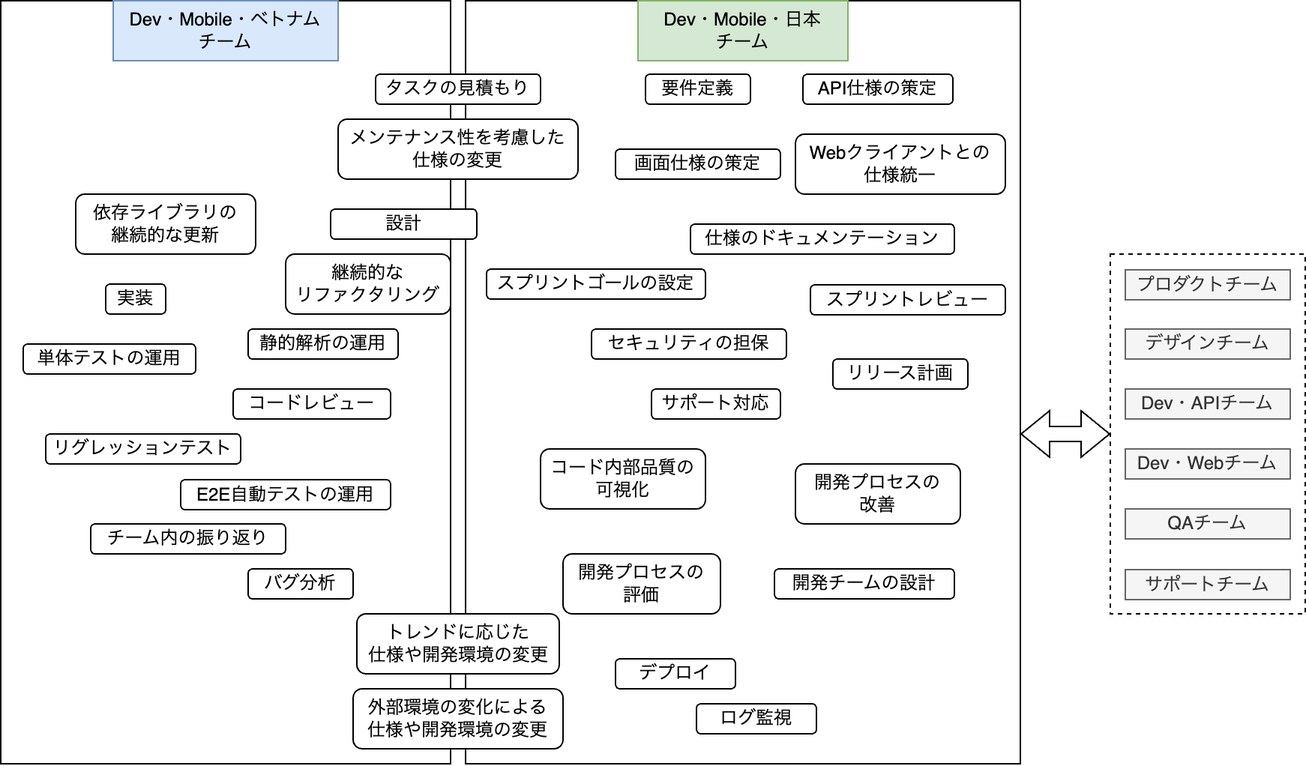
Earlier version of the draw.io export images/continuous-delivery-by-multinational-team/domain.png (shotaIDE/zenn). Source tidied: cells renumbered, new cells last; positions are measured from the earlier drawing's top-left corner, leaving out a move shared by most shapes.
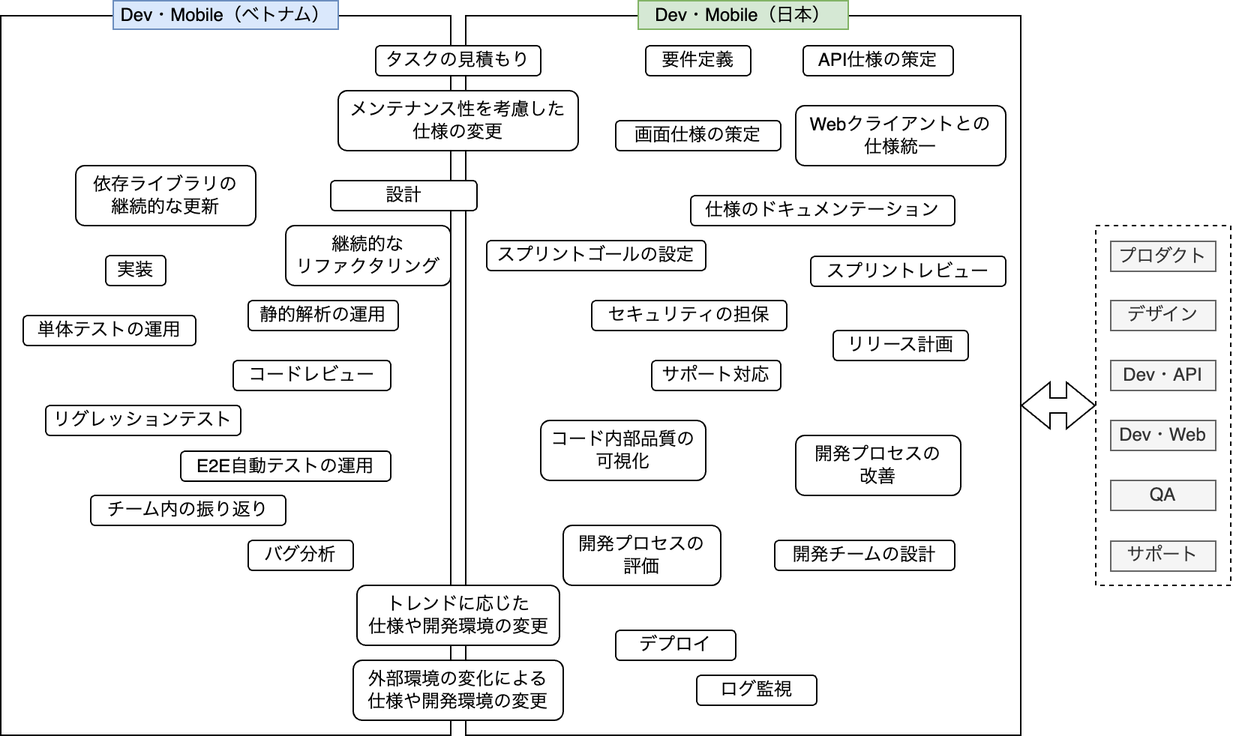
After the change.

The edit, as a diff of the source:
```diff
@@ -3,13 +3,13 @@
     <mxCell id="0" />
     <mxCell id="1" parent="0" />
     <mxCell id="2" style="rounded=0;whiteSpace=wrap;html=1;fillColor=none;dashed=1;" parent="1" vertex="1">
-      <mxGeometry x="740" y="169" width="130" height="240" as="geometry" />
+      <mxGeometry x="730" y="169" width="90" height="240" as="geometry" />
     </mxCell>
     <mxCell id="3" style="rounded=0;whiteSpace=wrap;html=1;fillColor=none;" parent="1" vertex="1">
-      <mxGeometry x="310" width="370" height="509" as="geometry" />
+      <mxGeometry x="310" y="29" width="370" height="480" as="geometry" />
     </mxCell>
     <mxCell id="4" style="rounded=0;whiteSpace=wrap;html=1;fillColor=none;" parent="1" vertex="1">
-      <mxGeometry width="300" height="509" as="geometry" />
+      <mxGeometry y="29" width="300" height="480" as="geometry" />
     </mxCell>
     <mxCell id="5" value="設計" style="rounded=1;whiteSpace=wrap;html=1;" parent="1" vertex="1">
       <mxGeometry x="220" y="139" width="97.5" height="20" as="geometry" />
@@ -95,11 +95,11 @@
     <mxCell id="32" value="外部環境の変化による&lt;br&gt;仕様や開発環境の変更" style="rounded=1;whiteSpace=wrap;html=1;" parent="1" vertex="1">
       <mxGeometry x="235" y="459" width="140" height="40" as="geometry" />
     </mxCell>
-    <mxCell id="33" value="Dev・Mobile・ベトナム&lt;br&gt;チーム" style="rounded=0;whiteSpace=wrap;html=1;fillColor=#dae8fc;strokeColor=#6c8ebf;" parent="1" vertex="1">
-      <mxGeometry x="75" width="150" height="40" as="geometry" />
+    <mxCell id="33" value="Dev・Mobile（ベトナム）" style="rounded=0;whiteSpace=wrap;html=1;fillColor=#dae8fc;strokeColor=#6c8ebf;" parent="1" vertex="1">
+      <mxGeometry x="75" y="19" width="150" height="19" as="geometry" />
     </mxCell>
-    <mxCell id="34" value="Dev・Mobile・日本&lt;br&gt;チーム" style="rounded=0;whiteSpace=wrap;html=1;fillColor=#d5e8d4;strokeColor=#82b366;" parent="1" vertex="1">
-      <mxGeometry x="425" width="140" height="40" as="geometry" />
+    <mxCell id="34" value="Dev・Mobile（日本）" style="rounded=0;whiteSpace=wrap;html=1;fillColor=#d5e8d4;strokeColor=#82b366;" parent="1" vertex="1">
+      <mxGeometry x="425" y="19" width="140" height="19" as="geometry" />
     </mxCell>
     <mxCell id="35" value="メンテナンス性を考慮した&lt;br&gt;仕様の変更" style="rounded=1;whiteSpace=wrap;html=1;" parent="1" vertex="1">
       <mxGeometry x="225" y="79" width="160" height="40" as="geometry" />
@@ -110,28 +110,28 @@
     <mxCell id="37" value="リリース計画" style="rounded=1;whiteSpace=wrap;html=1;" parent="1" vertex="1">
       <mxGeometry x="555" y="239" width="90" height="20" as="geometry" />
     </mxCell>
-    <mxCell id="38" value="プロダクトチーム" style="rounded=0;whiteSpace=wrap;html=1;fillColor=#f5f5f5;strokeColor=#666666;fontColor=#333333;" parent="1" vertex="1">
-      <mxGeometry x="750" y="179.5" width="110" height="20" as="geometry" />
+    <mxCell id="38" value="プロダクト" style="rounded=0;whiteSpace=wrap;html=1;fillColor=#f5f5f5;strokeColor=#666666;fontColor=#333333;" parent="1" vertex="1">
+      <mxGeometry x="740" y="179.5" width="70" height="20" as="geometry" />
     </mxCell>
-    <mxCell id="39" value="デザインチーム" style="rounded=0;whiteSpace=wrap;html=1;fillColor=#f5f5f5;strokeColor=#666666;fontColor=#333333;" parent="1" vertex="1">
-      <mxGeometry x="750" y="219" width="110" height="20" as="geometry" />
+    <mxCell id="39" value="デザイン" style="rounded=0;whiteSpace=wrap;html=1;fillColor=#f5f5f5;strokeColor=#666666;fontColor=#333333;" parent="1" vertex="1">
+      <mxGeometry x="740" y="219" width="70" height="20" as="geometry" />
     </mxCell>
-    <mxCell id="40" value="サポートチーム" style="rounded=0;whiteSpace=wrap;html=1;fillColor=#f5f5f5;strokeColor=#666666;fontColor=#333333;" parent="1" vertex="1">
-      <mxGeometry x="750" y="379.5" width="110" height="20" as="geometry" />
+    <mxCell id="40" value="サポート" style="rounded=0;whiteSpace=wrap;html=1;fillColor=#f5f5f5;strokeColor=#666666;fontColor=#333333;" parent="1" vertex="1">
+      <mxGeometry x="740" y="379.5" width="70" height="20" as="geometry" />
     </mxCell>
-    <mxCell id="41" value="QAチーム" style="rounded=0;whiteSpace=wrap;html=1;fillColor=#f5f5f5;strokeColor=#666666;fontColor=#333333;" parent="1" vertex="1">
-      <mxGeometry x="750" y="339" width="110" height="20" as="geometry" />
+    <mxCell id="41" value="QA" style="rounded=0;whiteSpace=wrap;html=1;fillColor=#f5f5f5;strokeColor=#666666;fontColor=#333333;" parent="1" vertex="1">
+      <mxGeometry x="740" y="339" width="70" height="20" as="geometry" />
     </mxCell>
-    <mxCell id="42" value="Dev・APIチーム" style="rounded=0;whiteSpace=wrap;html=1;fillColor=#f5f5f5;strokeColor=#666666;fontColor=#333333;" parent="1" vertex="1">
-      <mxGeometry x="750" y="259" width="110" height="20" as="geometry" />
+    <mxCell id="42" value="Dev・API" style="rounded=0;whiteSpace=wrap;html=1;fillColor=#f5f5f5;strokeColor=#666666;fontColor=#333333;" parent="1" vertex="1">
+      <mxGeometry x="740" y="259" width="70" height="20" as="geometry" />
     </mxCell>
-    <mxCell id="43" value="Dev・Webチーム" style="rounded=0;whiteSpace=wrap;html=1;fillColor=#f5f5f5;strokeColor=#666666;fontColor=#333333;" parent="1" vertex="1">
-      <mxGeometry x="750" y="299" width="110" height="20" as="geometry" />
+    <mxCell id="43" value="Dev・Web" style="rounded=0;whiteSpace=wrap;html=1;fillColor=#f5f5f5;strokeColor=#666666;fontColor=#333333;" parent="1" vertex="1">
+      <mxGeometry x="740" y="299" width="70" height="20" as="geometry" />
     </mxCell>
     <mxCell id="44" style="shape=flexArrow;endArrow=classic;startArrow=classic;html=1;rounded=0;" parent="1" edge="1">
       <mxGeometry relative="1" as="geometry">
         <mxPoint x="680" y="289" as="sourcePoint" />
-        <mxPoint x="740" y="289" as="targetPoint" />
+        <mxPoint x="730" y="289" as="targetPoint" />
       </mxGeometry>
     </mxCell>
     <mxCell id="45" style="edgeStyle=orthogonalEdgeStyle;rounded=0;orthogonalLoop=1;jettySize=auto;html=1;exitX=0.5;exitY=1;exitDx=0;exitDy=0;" parent="1" edge="1" source="24" target="24">
```
